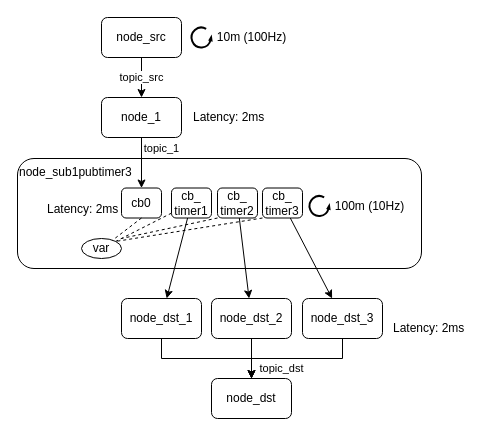
Earlier version of the draw.io diagram page "sample_sub1pubtimer3" (6 of 7) of node_diagram.drawio (takeshi-iwanari/caret_sample). Source tidied: cells renumbered, new cells numbered last; positions are measured from the earlier drawing's top-left corner, leaving out a move shared by most shapes. Both pictures are drawn from the tidied source at 100%, with x=0, y=0 at pixel (17, 17).
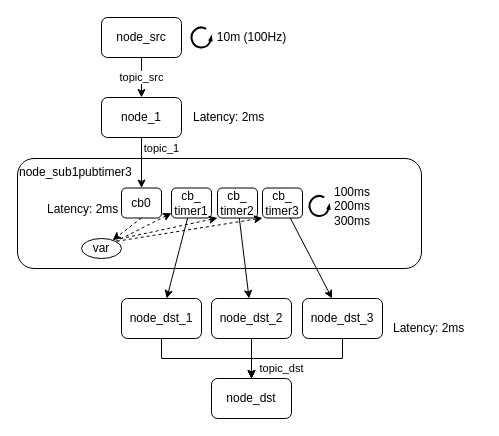
The same diagram, later.

The change refers to these unchanged cells:
```xml
<mxCell id="15" value="cb0" style="rounded=1;whiteSpace=wrap;html=1;" parent="1" vertex="1">
  <mxGeometry x="104" y="170.5" width="40" height="30" as="geometry" />
</mxCell>
<mxCell id="17" value="cb_&lt;br&gt;timer1" style="rounded=1;whiteSpace=wrap;html=1;" parent="1" vertex="1">
  <mxGeometry x="154" y="170.5" width="40" height="30" as="geometry" />
</mxCell>
<mxCell id="20" value="var" style="ellipse;whiteSpace=wrap;html=1;" parent="1" vertex="1">
  <mxGeometry x="64" y="221" width="40" height="20" as="geometry" />
</mxCell>
<mxCell id="24" value="cb_&lt;br&gt;timer2" style="rounded=1;whiteSpace=wrap;html=1;" parent="1" vertex="1">
  <mxGeometry x="200" y="170.5" width="40" height="30" as="geometry" />
</mxCell>
<mxCell id="26" value="cb_&lt;br&gt;timer3" style="rounded=1;whiteSpace=wrap;html=1;" parent="1" vertex="1">
  <mxGeometry x="245" y="170.5" width="40" height="30" as="geometry" />
</mxCell>
```

What changed in the source:
```diff
@@
-    <mxCell id="19" value="100m (10Hz)" style="text;html=1;align=center;verticalAlign=middle;strokeColor=none;fillColor=none;" parent="1" vertex="1">
-      <mxGeometry x="312" y="178.5" width="80" height="20" as="geometry" />
+    <mxCell id="19" value="100ms&lt;br&gt;200ms&lt;br&gt;300ms" style="text;html=1;align=left;verticalAlign=middle;strokeColor=none;fillColor=none;" parent="1" vertex="1">
+      <mxGeometry x="315" y="163.5" width="50" height="50" as="geometry" />
     </mxCell>
@@
-    <mxCell id="21" style="edgeStyle=none;html=1;exitX=0.5;exitY=1;exitDx=0;exitDy=0;dashed=1;endArrow=none;endFill=0;" parent="1" edge="1" source="15" target="20">
+    <mxCell id="21" style="edgeStyle=none;html=1;exitX=0.5;exitY=1;exitDx=0;exitDy=0;dashed=1;endArrow=classic;endFill=1;" parent="1" edge="1" source="15" target="20">
       <mxGeometry relative="1" as="geometry" />
     </mxCell>
-    <mxCell id="22" style="edgeStyle=none;html=1;dashed=1;endArrow=none;endFill=0;entryX=1;entryY=0;entryDx=0;entryDy=0;" parent="1" edge="1" source="17" target="20">
+    <mxCell id="22" style="edgeStyle=none;html=1;dashed=1;endArrow=none;endFill=0;entryX=1;entryY=0;entryDx=0;entryDy=0;startArrow=classic;startFill=1;" parent="1" edge="1" source="17" target="20">
       <mxGeometry relative="1" as="geometry" />
     </mxCell>
@@
-    <mxCell id="27" style="edgeStyle=none;html=1;dashed=1;endArrow=none;endFill=0;exitX=0;exitY=1;exitDx=0;exitDy=0;" parent="1" edge="1" source="24">
+    <mxCell id="27" style="edgeStyle=none;html=1;dashed=1;endArrow=none;endFill=0;exitX=0;exitY=1;exitDx=0;exitDy=0;startArrow=classic;startFill=1;" parent="1" edge="1" source="24">
       <mxGeometry relative="1" as="geometry">
         <mxPoint x="104" y="221" as="targetPoint" />
       </mxGeometry>
     </mxCell>
-    <mxCell id="28" style="edgeStyle=none;html=1;dashed=1;endArrow=none;endFill=0;exitX=0;exitY=1;exitDx=0;exitDy=0;entryX=1;entryY=0;entryDx=0;entryDy=0;" parent="1" edge="1" source="26" target="20">
+    <mxCell id="28" style="edgeStyle=none;html=1;dashed=1;endArrow=none;endFill=0;exitX=0;exitY=1;exitDx=0;exitDy=0;entryX=1;entryY=0;entryDx=0;entryDy=0;startArrow=classic;startFill=1;" parent="1" edge="1" source="26" target="20">
       <mxGeometry relative="1" as="geometry" />
     </mxCell>
```
